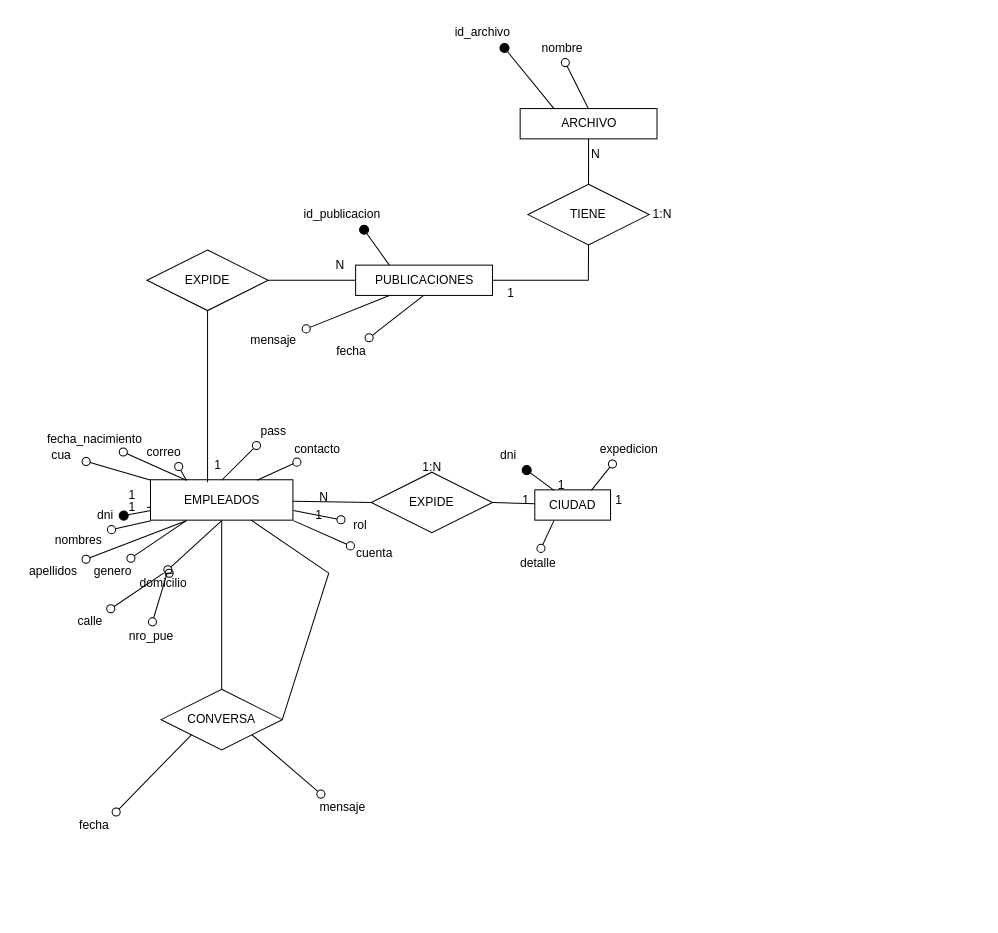
Earlier version of the draw.io diagram page "Página-3" (3 of 3) of Diagrama SRH.drawio (tomyivan/diagramas-DB). Source tidied: cells renumbered, new cells numbered last; positions are measured from the earlier drawing's top-left corner, leaving out a move shared by most shapes. Both pictures are drawn from the tidied source at 101%, with x=0, y=0 at pixel (25, 17).
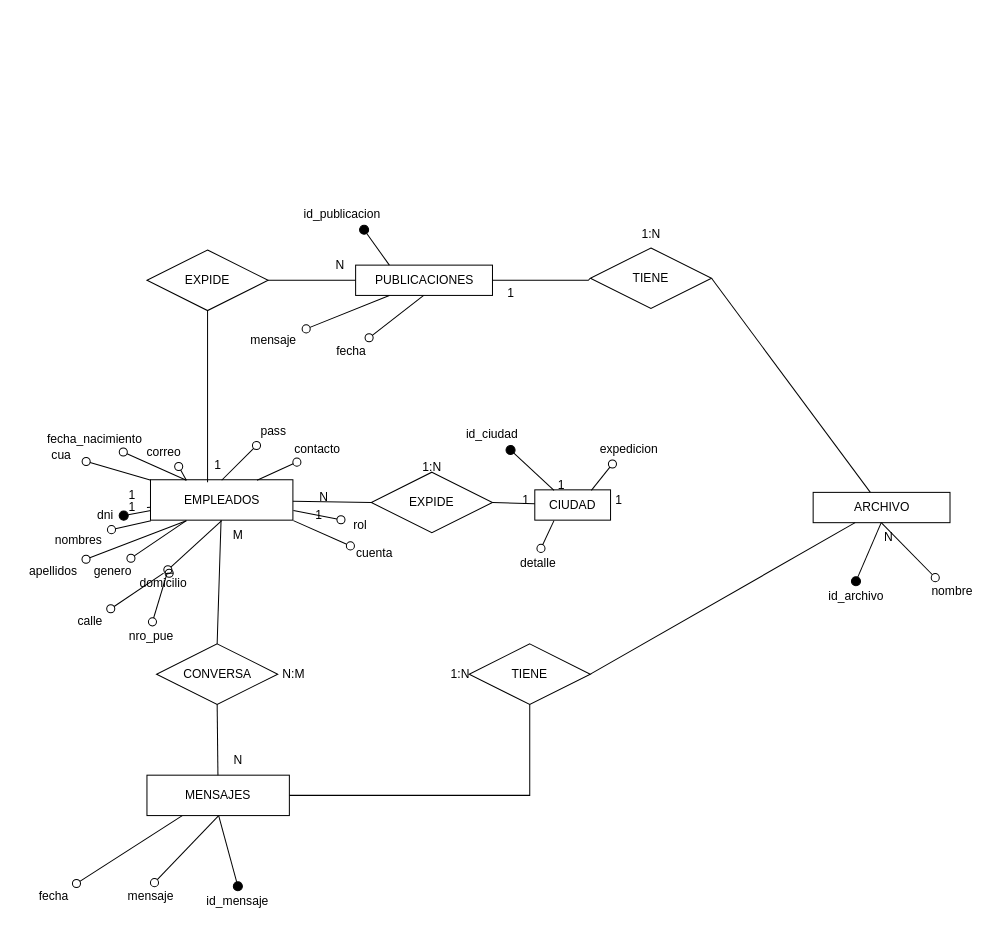
After the change.

The change refers to these unchanged cells:
```xml
<mxCell id="2" value="EMPLEADOS" style="whiteSpace=wrap;html=1;align=center;" parent="1" vertex="1">
  <mxGeometry x="123.5" y="457.5" width="141" height="40" as="geometry" />
</mxCell>
<mxCell id="58" value="PUBLICACIONES" style="whiteSpace=wrap;html=1;align=center;" parent="1" vertex="1">
  <mxGeometry x="326.6" y="245" width="135.5" height="30" as="geometry" />
</mxCell>
```

The edit, as a diff of the source:
```diff
@@
-    <mxCell id="35" value="dni" style="whiteSpace=wrap;html=1;align=center;strokeColor=none;fillColor=none;" parent="1" vertex="1">
-      <mxGeometry x="460" y="417.5" width="36" height="30" as="geometry" />
+    <mxCell id="35" value="id_ciudad" style="whiteSpace=wrap;html=1;align=center;strokeColor=none;fillColor=none;" parent="1" vertex="1">
+      <mxGeometry x="427.2" y="398" width="70" height="30" as="geometry" />
     </mxCell>
@@
     <mxCell id="51" value="CONVERSA" style="shape=rhombus;perimeter=rhombusPerimeter;whiteSpace=wrap;html=1;align=center;" parent="1" vertex="1">
-      <mxGeometry x="134" y="665" width="120" height="60" as="geometry" />
+      <mxGeometry x="129.5" y="620" width="120" height="60" as="geometry" />
     </mxCell>
@@
-    <mxCell id="53" style="endArrow=none;html=1;rounded=0;entryX=1;entryY=0.5;entryDx=0;entryDy=0;" parent="1" edge="1" source="2" target="51">
-      <mxGeometry relative="1" as="geometry">
-        <Array as="points">
-          <mxPoint x="300" y="550" />
-        </Array>
-      </mxGeometry>
-    </mxCell>
     <mxCell id="54" value="mensaje" style="whiteSpace=wrap;html=1;align=center;strokeColor=none;fillColor=none;" parent="1" vertex="1">
-      <mxGeometry x="278" y="772" width="72" height="20" as="geometry" />
+      <mxGeometry x="87.5" y="860" width="72" height="20" as="geometry" />
     </mxCell>
-    <mxCell id="55" style="endArrow=circle;html=1;rounded=0;strokeColor=default;shadow=0;startFill=0;fillOpacity=100;endFill=0;snapToPoint=1;fixDash=1;backgroundOutline=1;comic=0;jiggle=1;enumerate=0;orthogonal=0;strokeOpacity=100;arcSize=210;startArrow=none;strokeWidth=1;startSize=0;endSize=3;" parent="1" edge="1" source="51" target="54">
+    <mxCell id="55" style="endArrow=circle;html=1;rounded=0;strokeColor=default;shadow=0;startFill=0;fillOpacity=100;endFill=0;snapToPoint=1;fixDash=1;backgroundOutline=1;comic=0;jiggle=1;enumerate=0;orthogonal=0;strokeOpacity=100;arcSize=210;startArrow=none;strokeWidth=1;startSize=0;endSize=3;" parent="1" edge="1" source="81" target="54">
       <mxGeometry relative="1" as="geometry" />
     </mxCell>
     <mxCell id="56" value="fecha" style="whiteSpace=wrap;html=1;align=center;strokeColor=none;fillColor=none;" parent="1" vertex="1">
-      <mxGeometry x="32" y="790" width="72" height="20" as="geometry" />
+      <mxGeometry x="-8.5" y="860" width="72" height="20" as="geometry" />
     </mxCell>
-    <mxCell id="57" style="endArrow=circle;html=1;rounded=0;strokeColor=default;shadow=0;startFill=0;fillOpacity=100;endFill=0;snapToPoint=1;fixDash=1;backgroundOutline=1;comic=0;jiggle=1;enumerate=0;orthogonal=0;strokeOpacity=100;arcSize=210;startArrow=none;strokeWidth=1;startSize=0;endSize=3;" parent="1" edge="1" source="51" target="56">
+    <mxCell id="57" style="endArrow=circle;html=1;rounded=0;strokeColor=default;shadow=0;startFill=0;fillOpacity=100;endFill=0;snapToPoint=1;fixDash=1;backgroundOutline=1;comic=0;jiggle=1;enumerate=0;orthogonal=0;strokeOpacity=100;arcSize=210;startArrow=none;strokeWidth=1;startSize=0;endSize=3;" parent="1" edge="1" source="81" target="56">
       <mxGeometry relative="1" as="geometry" />
     </mxCell>
@@
     <mxCell id="70" value="ARCHIVO" style="whiteSpace=wrap;html=1;align=center;" parent="1" vertex="1">
-      <mxGeometry x="489.5" y="90" width="135.5" height="30" as="geometry" />
+      <mxGeometry x="779.6" y="470" width="135.5" height="30" as="geometry" />
     </mxCell>
     <mxCell id="71" value="TIENE" style="shape=rhombus;perimeter=rhombusPerimeter;whiteSpace=wrap;html=1;align=center;" parent="1" vertex="1">
-      <mxGeometry x="497.2" y="165" width="120" height="60" as="geometry" />
+      <mxGeometry x="559" y="228" width="120" height="60" as="geometry" />
     </mxCell>
-    <mxCell id="72" style="endArrow=none;html=1;rounded=0;entryX=0.5;entryY=1;entryDx=0;entryDy=0;" parent="1" edge="1" source="58" target="71">
+    <mxCell id="72" style="endArrow=none;html=1;rounded=0;entryX=0;entryY=0.5;entryDx=0;entryDy=0;" parent="1" edge="1" source="58" target="71">
       <mxGeometry relative="1" as="geometry">
         <Array as="points">
           <mxPoint x="557" y="260" />
         </Array>
       </mxGeometry>
     </mxCell>
-    <mxCell id="73" style="endArrow=none;html=1;rounded=0;entryX=0.5;entryY=0;entryDx=0;entryDy=0;" parent="1" edge="1" source="70" target="71">
+    <mxCell id="73" style="endArrow=none;html=1;rounded=0;entryX=1;entryY=0.5;entryDx=0;entryDy=0;" parent="1" edge="1" source="70" target="71">
       <mxGeometry relative="1" as="geometry" />
     </mxCell>
@@
     <mxCell id="75" value="N" style="text;html=1;align=center;verticalAlign=middle;strokeColor=none;fillColor=none;" parent="1" vertex="1">
-      <mxGeometry x="549" y="120" width="30" height="30" as="geometry" />
+      <mxGeometry x="839.1" y="500" width="30" height="30" as="geometry" />
     </mxCell>
     <mxCell id="76" value="1:N" style="text;html=1;align=center;verticalAlign=middle;strokeColor=none;fillColor=none;" parent="1" vertex="1">
-      <mxGeometry x="610" y="180" width="40" height="30" as="geometry" />
+      <mxGeometry x="599" y="200" width="40" height="30" as="geometry" />
     </mxCell>
     <mxCell id="77" value="id_archivo" style="whiteSpace=wrap;html=1;align=center;strokeColor=none;fillColor=none;" parent="1" vertex="1">
-      <mxGeometry x="409.9" width="85.1" height="30" as="geometry" />
+      <mxGeometry x="779.6" y="558" width="85.1" height="30" as="geometry" />
     </mxCell>
@@
     <mxCell id="80" value="nombre" style="whiteSpace=wrap;html=1;align=center;strokeColor=none;fillColor=none;" parent="1" vertex="1">
-      <mxGeometry x="504" y="20" width="55" height="20" as="geometry" />
+      <mxGeometry x="890" y="558" width="55" height="20" as="geometry" />
     </mxCell>
+    <mxCell id="81" value="MENSAJES" style="whiteSpace=wrap;html=1;align=center;" parent="1" vertex="1">
+      <mxGeometry x="120" y="750" width="141" height="40" as="geometry" />
+    </mxCell>
+    <mxCell id="82" style="endArrow=none;html=1;rounded=0;shadow=0;startFill=1;fillOpacity=100;endFill=1;snapToPoint=1;fixDash=1;backgroundOutline=1;comic=0;jiggle=1;enumerate=0;orthogonal=0;strokeOpacity=100;arcSize=210;startArrow=oval;strokeWidth=1;startSize=9;" parent="1" edge="1" source="83" target="81">
+      <mxGeometry relative="1" as="geometry" />
+    </mxCell>
+    <mxCell id="83" value="id_mensaje" style="whiteSpace=wrap;html=1;align=center;strokeColor=none;fillColor=none;" parent="1" vertex="1">
+      <mxGeometry x="175" y="860" width="70" height="30" as="geometry" />
+    </mxCell>
+    <mxCell id="84" style="endArrow=none;html=1;rounded=0;entryX=0.5;entryY=1;entryDx=0;entryDy=0;" parent="1" edge="1" source="81" target="51">
+      <mxGeometry relative="1" as="geometry" />
+    </mxCell>
+    <mxCell id="85" value="M" style="text;html=1;align=center;verticalAlign=middle;strokeColor=none;fillColor=none;" parent="1" vertex="1">
+      <mxGeometry x="195" y="498" width="30" height="30" as="geometry" />
+    </mxCell>
+    <mxCell id="86" value="N" style="text;html=1;align=center;verticalAlign=middle;strokeColor=none;fillColor=none;" parent="1" vertex="1">
+      <mxGeometry x="195" y="720" width="30" height="30" as="geometry" />
+    </mxCell>
+    <mxCell id="87" value="N:M" style="text;html=1;align=center;verticalAlign=middle;strokeColor=none;fillColor=none;" parent="1" vertex="1">
+      <mxGeometry x="240" y="635" width="50" height="30" as="geometry" />
+    </mxCell>
+    <mxCell id="88" value="TIENE" style="shape=rhombus;perimeter=rhombusPerimeter;whiteSpace=wrap;html=1;align=center;" parent="1" vertex="1">
+      <mxGeometry x="439" y="620" width="120" height="60" as="geometry" />
+    </mxCell>
+    <mxCell id="89" style="endArrow=none;html=1;rounded=0;exitX=0.5;exitY=1;exitDx=0;exitDy=0;" parent="1" edge="1" source="88" target="81">
+      <mxGeometry relative="1" as="geometry">
+        <Array as="points">
+          <mxPoint x="499" y="770" />
+        </Array>
+      </mxGeometry>
+    </mxCell>
+    <mxCell id="90" style="endArrow=none;html=1;rounded=0;entryX=1;entryY=0.5;entryDx=0;entryDy=0;" parent="1" edge="1" source="70" target="88">
+      <mxGeometry relative="1" as="geometry" />
+    </mxCell>
+    <mxCell id="91" value="1:N" style="text;html=1;align=center;verticalAlign=middle;strokeColor=none;fillColor=none;" parent="1" vertex="1">
+      <mxGeometry x="410" y="635" width="40" height="30" as="geometry" />
+    </mxCell>
```
